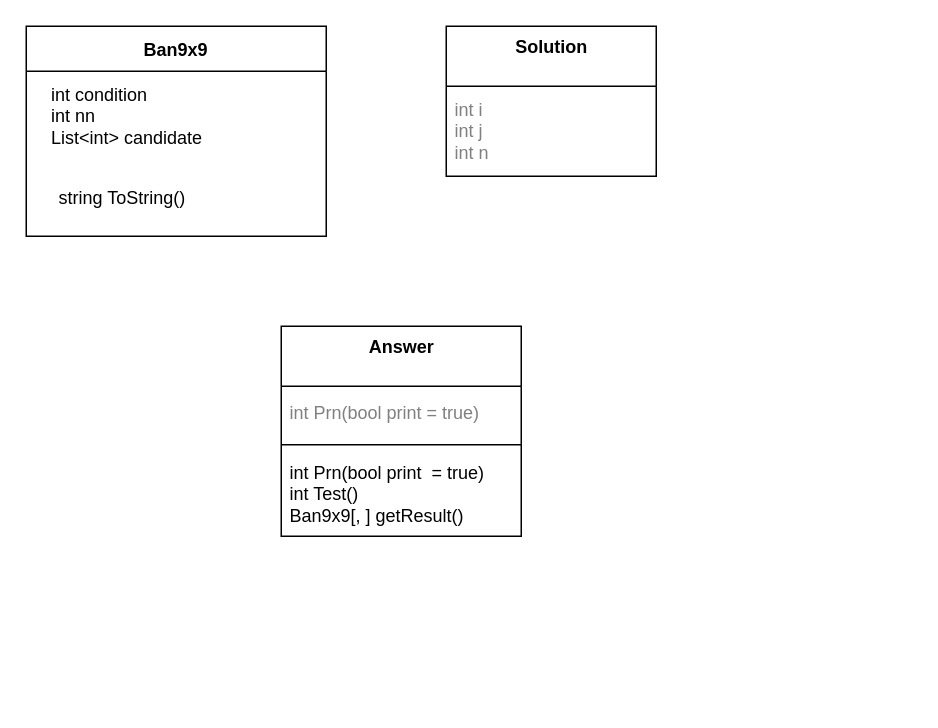
Before: page "Answer" (2 of 7) of docs/sudoku.dio in ASINAGABATI/Sudoku, a draw.io diagram. Source tidied: cells renumbered, new cells numbered last; positions are measured from the earlier drawing's top-left corner, leaving out a move shared by most shapes. Both pictures are drawn from the tidied source at 150%, with x=0, y=0 at pixel (26, 26).
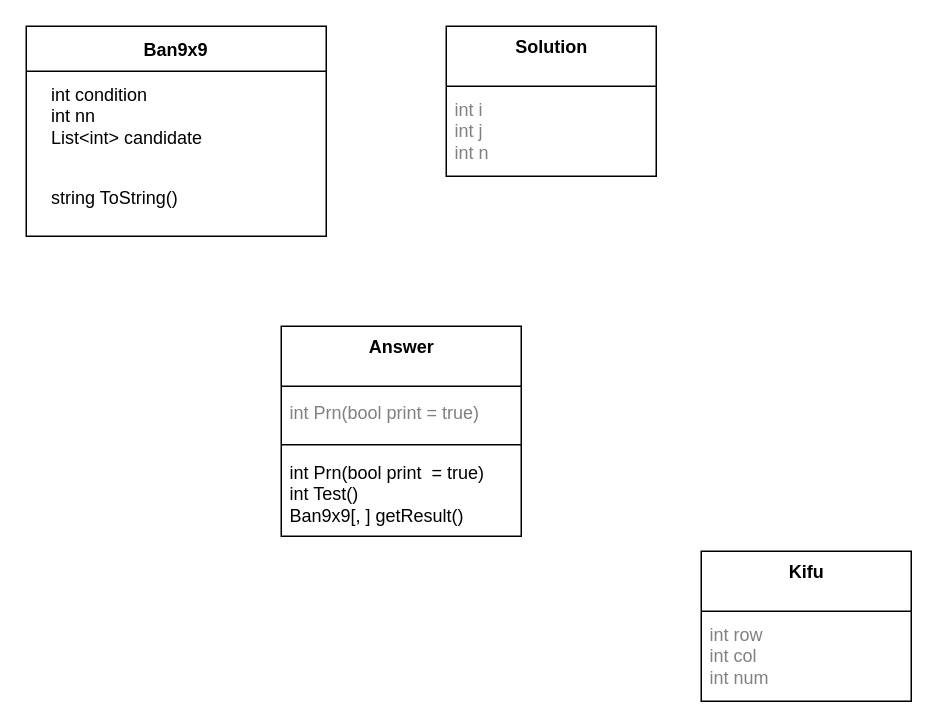
After the change.

The edit, as a diff of the source:
```diff
@@
 <mxGraphModel>
   <root>
     <mxCell id="0" />
     <mxCell id="1" parent="0" />
     <mxCell id="2" value="Ban9x9" style="swimlane;startSize=30;" parent="1" vertex="1">
       <mxGeometry width="200" height="140" as="geometry" />
     </mxCell>
     <mxCell id="3" value="int condition&lt;br&gt;int nn&lt;br&gt;List&amp;lt;int&amp;gt; candidate" style="text;html=1;align=left;verticalAlign=middle;strokeColor=none;fillColor=none;" parent="2" vertex="1">
       <mxGeometry x="15" y="30" width="120" height="60" as="geometry" />
     </mxCell>
     <mxCell id="4" value="string ToString()" style="text;html=1;strokeColor=none;fillColor=none;align=left;verticalAlign=middle;whiteSpace=wrap;rounded=0;" parent="2" vertex="1">
-      <mxGeometry x="20" y="100" width="140" height="30" as="geometry" />
+      <mxGeometry x="15" y="100" width="140" height="30" as="geometry" />
     </mxCell>
     <mxCell id="5" value="&lt;b&gt;Answer&lt;/b&gt;" style="swimlane;fontStyle=0;align=center;verticalAlign=top;horizontal=1;startSize=40;html=1;" parent="1" vertex="1">
       <mxGeometry x="170" y="200" width="160" height="140" as="geometry" />
     </mxCell>
     <mxCell id="6" value="int Prn(bool print = true)" style="text;html=1;strokeColor=none;fillColor=none;align=left;verticalAlign=middle;spacingLeft=4;spacingRight=4;overflow=hidden;fontColor=#808080;" parent="5" vertex="1">
       <mxGeometry y="40" width="160" height="35" as="geometry" />
     </mxCell>
     <mxCell id="7" style="line;strokeWidth=1;fillColor=none;align=left;verticalAlign=middle;spacingTop=-1;spacingLeft=3;spacingRight=3;labelPosition=right;" parent="5" vertex="1">
       <mxGeometry y="75" width="160" height="8" as="geometry" />
     </mxCell>
     <mxCell id="8" value="int Prn(bool print&amp;nbsp; = true)&lt;br&gt;int Test()&lt;br&gt;Ban9x9[, ] getResult()" style="text;html=1;strokeColor=none;fillColor=none;align=left;verticalAlign=middle;spacingLeft=4;spacingRight=4;overflow=hidden;" parent="5" vertex="1">
       <mxGeometry y="83" width="160" height="57" as="geometry" />
     </mxCell>
     <mxCell id="9" value="&lt;b&gt;Solution&lt;/b&gt;" style="swimlane;fontStyle=0;align=center;verticalAlign=top;horizontal=1;startSize=40;html=1;" parent="1" vertex="1">
       <mxGeometry x="280" width="140" height="100" as="geometry" />
     </mxCell>
     <mxCell id="10" value="int i&lt;br&gt;int j&lt;br&gt;int n" style="text;html=1;strokeColor=none;fillColor=none;align=left;verticalAlign=middle;spacingLeft=4;spacingRight=4;overflow=hidden;fontColor=#808080;" parent="9" vertex="1">
       <mxGeometry y="40" width="140" height="60" as="geometry" />
     </mxCell>
+    <mxCell id="11" value="&lt;b&gt;Kifu&lt;/b&gt;" style="swimlane;fontStyle=0;align=center;verticalAlign=top;horizontal=1;startSize=40;html=1;" parent="1" vertex="1">
+      <mxGeometry x="450" y="350" width="140" height="100" as="geometry" />
+    </mxCell>
+    <mxCell id="12" value="int row&lt;br&gt;int col&lt;br&gt;int num" style="text;html=1;strokeColor=none;fillColor=none;align=left;verticalAlign=middle;spacingLeft=4;spacingRight=4;overflow=hidden;fontColor=#808080;" parent="11" vertex="1">
+      <mxGeometry y="40" width="140" height="60" as="geometry" />
+    </mxCell>
   </root>
 </mxGraphModel>
```
